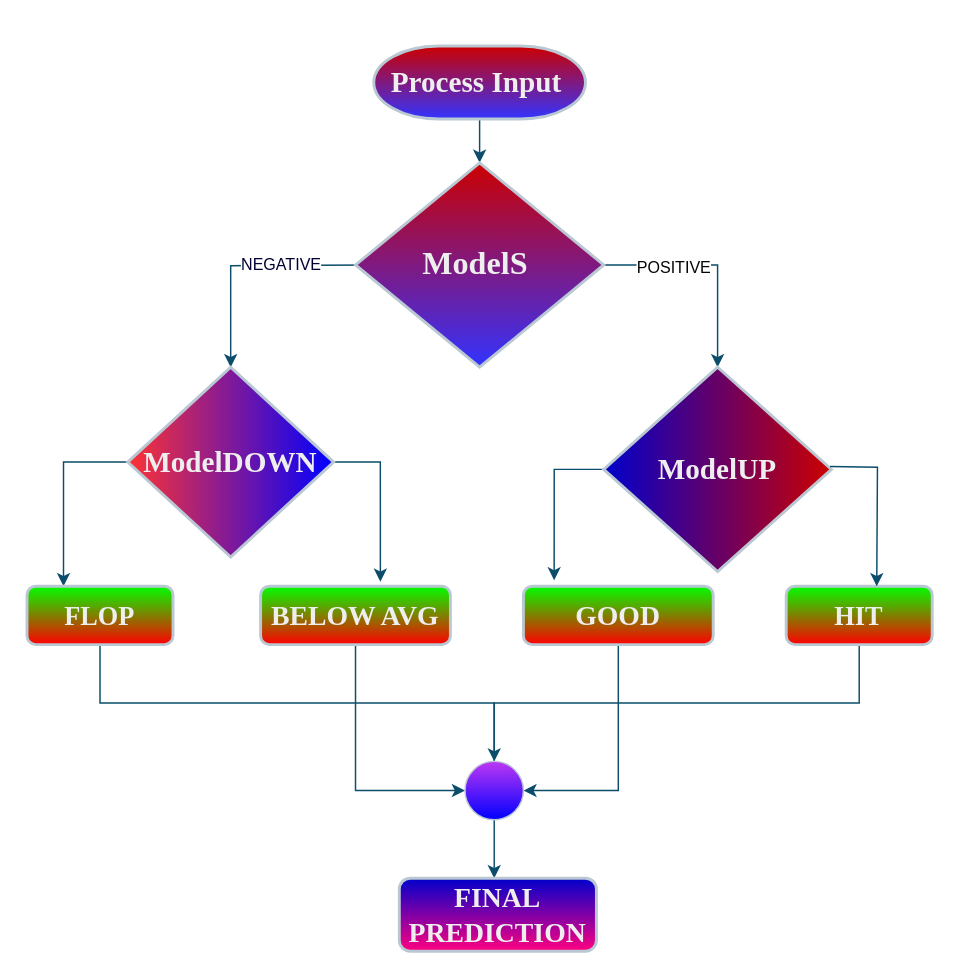
This is algo.drawio from oitik/drawio, a draw.io file, before an edit. Source tidied: cells renumbered, new cells numbered last; positions are measured from the earlier drawing's top-left corner, leaving out a move shared by most shapes. Both pictures are drawn from the tidied source at 146%, with x=0, y=0 at pixel (26, 45).
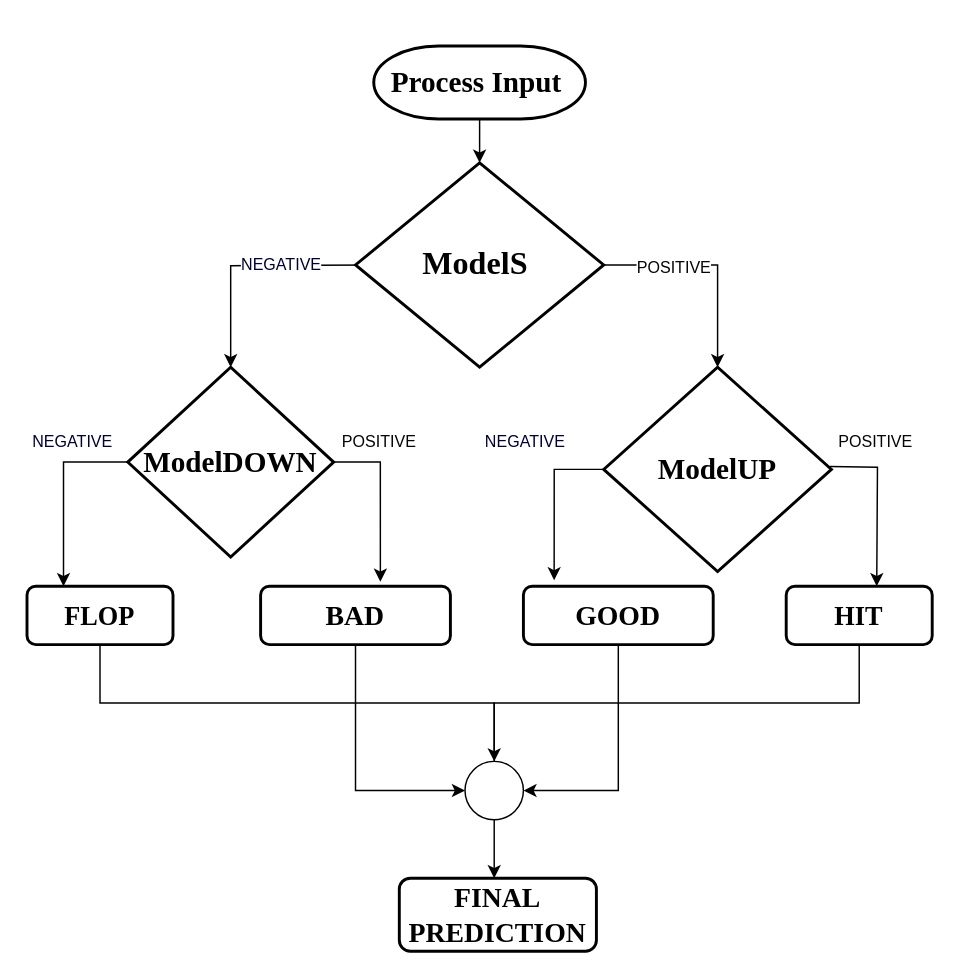
The same page after the edit.

The edit, as a diff of the source:
```diff
@@
-<mxGraphModel>
+<mxGraphModel background="#ffffff">
@@
-    <mxCell id="2" style="edgeStyle=orthogonalEdgeStyle;rounded=0;hachureGap=4;jettySize=auto;html=1;fontFamily=Architects Daughter;fontSize=16;labelBackgroundColor=none;strokeColor=#0B4D6A;fontColor=default;" parent="1" edge="1" source="3" target="8">
+    <mxCell id="2" style="edgeStyle=orthogonalEdgeStyle;rounded=0;hachureGap=4;jettySize=auto;html=1;fontFamily=Architects Daughter;fontSize=16;labelBackgroundColor=none;fontColor=default;" parent="1" edge="1" source="3" target="8">
       <mxGeometry relative="1" as="geometry" />
     </mxCell>
-    <mxCell id="3" value="&lt;h4&gt;&lt;font style=&quot;font-size: 20px;&quot; face=&quot;Times New Roman&quot;&gt;Process Input&amp;nbsp;&lt;/font&gt;&lt;/h4&gt;" style="strokeWidth=2;html=1;shape=mxgraph.flowchart.terminator;whiteSpace=wrap;rounded=0;hachureGap=4;fontFamily=Architects Daughter;fontSize=20;labelBackgroundColor=none;fillColor=#3333FF;strokeColor=#BAC8D3;fontColor=#EEEEEE;gradientColor=#CC0000;gradientDirection=north;" parent="1" vertex="1">
+    <mxCell id="3" value="&lt;h4&gt;&lt;font style=&quot;font-size: 20px;&quot; face=&quot;Times New Roman&quot;&gt;Process Input&amp;nbsp;&lt;/font&gt;&lt;/h4&gt;" style="strokeWidth=2;html=1;shape=mxgraph.flowchart.terminator;whiteSpace=wrap;rounded=0;hachureGap=4;fontFamily=Architects Daughter;fontSize=20;labelBackgroundColor=none;gradientDirection=north;" parent="1" vertex="1">
       <mxGeometry x="237.5" width="145" height="50" as="geometry" />
     </mxCell>
-    <mxCell id="4" style="edgeStyle=orthogonalEdgeStyle;rounded=0;hachureGap=4;jettySize=auto;html=1;fontFamily=Architects Daughter;fontSize=16;labelBackgroundColor=none;strokeColor=#0B4D6A;fontColor=default;" parent="1" edge="1" source="8" target="10">
+    <mxCell id="4" style="edgeStyle=orthogonalEdgeStyle;rounded=0;hachureGap=4;jettySize=auto;html=1;fontFamily=Architects Daughter;fontSize=16;labelBackgroundColor=none;fontColor=default;" parent="1" edge="1" source="8" target="10">
       <mxGeometry relative="1" as="geometry">
         <Array as="points">
           <mxPoint x="473" y="150" />
         </Array>
       </mxGeometry>
     </mxCell>
@@
-    <mxCell id="6" style="edgeStyle=orthogonalEdgeStyle;rounded=0;hachureGap=4;jettySize=auto;html=1;fontFamily=Architects Daughter;fontSize=16;labelBackgroundColor=none;strokeColor=#0B4D6A;fontColor=default;" parent="1" edge="1" target="13">
+    <mxCell id="6" style="edgeStyle=orthogonalEdgeStyle;rounded=0;hachureGap=4;jettySize=auto;html=1;fontFamily=Architects Daughter;fontSize=16;labelBackgroundColor=none;fontColor=default;" parent="1" edge="1" target="13">
       <mxGeometry relative="1" as="geometry">
         <mxPoint x="237.5" y="150" as="sourcePoint" />
       </mxGeometry>
     </mxCell>
@@
-    <mxCell id="8" value="&lt;pre&gt;&lt;font size=&quot;1&quot; face=&quot;Times New Roman&quot;&gt;&lt;b style=&quot;font-size: 22px;&quot;&gt;ModelS &lt;/b&gt;&lt;/font&gt;&lt;/pre&gt;" style="rhombus;whiteSpace=wrap;html=1;fontSize=20;fontFamily=Architects Daughter;strokeWidth=2;rounded=0;hachureGap=4;labelBackgroundColor=none;fillColor=#3333FF;strokeColor=#BAC8D3;fontColor=#EEEEEE;gradientColor=#CC0000;gradientDirection=north;" parent="1" vertex="1">
+    <mxCell id="8" value="&lt;pre&gt;&lt;font size=&quot;1&quot; face=&quot;Times New Roman&quot;&gt;&lt;b style=&quot;font-size: 22px;&quot;&gt;ModelS &lt;/b&gt;&lt;/font&gt;&lt;/pre&gt;" style="rhombus;whiteSpace=wrap;html=1;fontSize=20;fontFamily=Architects Daughter;strokeWidth=2;rounded=0;hachureGap=4;labelBackgroundColor=none;gradientDirection=north;" parent="1" vertex="1">
       <mxGeometry x="225" y="80" width="170" height="140" as="geometry" />
     </mxCell>
-    <mxCell id="9" style="edgeStyle=orthogonalEdgeStyle;rounded=0;jettySize=auto;html=1;exitX=0.5;exitY=1;exitDx=0;exitDy=0;entryX=0.162;entryY=-0.1;entryDx=0;entryDy=0;entryPerimeter=0;labelBackgroundColor=none;strokeColor=#0B4D6A;fontColor=default;" parent="1" edge="1" source="10" target="19">
+    <mxCell id="9" style="edgeStyle=orthogonalEdgeStyle;rounded=0;jettySize=auto;html=1;exitX=0.5;exitY=1;exitDx=0;exitDy=0;entryX=0.162;entryY=-0.1;entryDx=0;entryDy=0;entryPerimeter=0;labelBackgroundColor=none;fontColor=default;" parent="1" edge="1" source="10" target="19">
       <mxGeometry relative="1" as="geometry" />
     </mxCell>
-    <mxCell id="10" value="&lt;pre&gt;&lt;font size=&quot;1&quot; face=&quot;Times New Roman&quot;&gt;&lt;b style=&quot;font-size: 20px;&quot;&gt;ModelUP&lt;/b&gt;&lt;/font&gt;&lt;/pre&gt;" style="rhombus;whiteSpace=wrap;html=1;fontSize=20;fontFamily=Architects Daughter;strokeWidth=2;rounded=0;hachureGap=4;direction=south;labelBackgroundColor=none;fillColor=#CC0000;strokeColor=#BAC8D3;fontColor=#EEEEEE;gradientColor=#0000CC;gradientDirection=south;" parent="1" vertex="1">
+    <mxCell id="10" value="&lt;pre&gt;&lt;font size=&quot;1&quot; face=&quot;Times New Roman&quot;&gt;&lt;b style=&quot;font-size: 20px;&quot;&gt;ModelUP&lt;/b&gt;&lt;/font&gt;&lt;/pre&gt;" style="rhombus;whiteSpace=wrap;html=1;fontSize=20;fontFamily=Architects Daughter;strokeWidth=2;rounded=0;hachureGap=4;direction=south;labelBackgroundColor=none;gradientDirection=south;" parent="1" vertex="1">
       <mxGeometry x="395" y="220" width="156" height="140" as="geometry" />
     </mxCell>
-    <mxCell id="11" style="edgeStyle=orthogonalEdgeStyle;rounded=0;jettySize=auto;html=1;exitX=0.5;exitY=0;exitDx=0;exitDy=0;entryX=0.631;entryY=-0.075;entryDx=0;entryDy=0;entryPerimeter=0;labelBackgroundColor=none;strokeColor=#0B4D6A;fontColor=default;" parent="1" edge="1" source="13" target="17">
+    <mxCell id="11" style="edgeStyle=orthogonalEdgeStyle;rounded=0;jettySize=auto;html=1;exitX=0.5;exitY=0;exitDx=0;exitDy=0;entryX=0.631;entryY=-0.075;entryDx=0;entryDy=0;entryPerimeter=0;labelBackgroundColor=none;fontColor=default;" parent="1" edge="1" source="13" target="17">
       <mxGeometry relative="1" as="geometry" />
     </mxCell>
-    <mxCell id="12" style="edgeStyle=orthogonalEdgeStyle;rounded=0;jettySize=auto;html=1;exitX=0.5;exitY=1;exitDx=0;exitDy=0;entryX=0.25;entryY=0;entryDx=0;entryDy=0;labelBackgroundColor=none;strokeColor=#0B4D6A;fontColor=default;" parent="1" edge="1" source="13" target="15">
+    <mxCell id="12" style="edgeStyle=orthogonalEdgeStyle;rounded=0;jettySize=auto;html=1;exitX=0.5;exitY=1;exitDx=0;exitDy=0;entryX=0.25;entryY=0;entryDx=0;entryDy=0;labelBackgroundColor=none;fontColor=default;" parent="1" edge="1" source="13" target="15">
       <mxGeometry relative="1" as="geometry" />
     </mxCell>
-    <mxCell id="13" value="&lt;pre&gt;&lt;font size=&quot;1&quot; face=&quot;Times New Roman&quot;&gt;&lt;b style=&quot;font-size: 20px;&quot;&gt;ModelDOWN&lt;/b&gt;&lt;/font&gt;&lt;/pre&gt;" style="rhombus;whiteSpace=wrap;html=1;fontSize=20;fontFamily=Architects Daughter;strokeWidth=2;rounded=0;hachureGap=4;direction=south;labelBackgroundColor=none;fillColor=#FF3333;strokeColor=#BAC8D3;fontColor=#EEEEEE;gradientColor=#0000FF;gradientDirection=north;" parent="1" vertex="1">
+    <mxCell id="13" value="&lt;pre&gt;&lt;font size=&quot;1&quot; face=&quot;Times New Roman&quot;&gt;&lt;b style=&quot;font-size: 20px;&quot;&gt;ModelDOWN&lt;/b&gt;&lt;/font&gt;&lt;/pre&gt;" style="rhombus;whiteSpace=wrap;html=1;fontSize=20;fontFamily=Architects Daughter;strokeWidth=2;rounded=0;hachureGap=4;direction=south;labelBackgroundColor=none;gradientDirection=north;" parent="1" vertex="1">
       <mxGeometry x="69" y="220" width="141" height="130" as="geometry" />
     </mxCell>
-    <mxCell id="14" style="edgeStyle=orthogonalEdgeStyle;rounded=0;orthogonalLoop=1;jettySize=auto;html=1;exitX=0.5;exitY=1;exitDx=0;exitDy=0;entryX=0.5;entryY=1;entryDx=0;entryDy=0;labelBackgroundColor=none;strokeColor=#0B4D6A;fontColor=default;" parent="1" edge="1">
+    <mxCell id="14" style="edgeStyle=orthogonalEdgeStyle;rounded=0;orthogonalLoop=1;jettySize=auto;html=1;exitX=0.5;exitY=1;exitDx=0;exitDy=0;entryX=0.5;entryY=1;entryDx=0;entryDy=0;labelBackgroundColor=none;fontColor=default;" parent="1" edge="1">
       <mxGeometry relative="1" as="geometry">
         <mxPoint x="50" y="400" as="sourcePoint" />
         <mxPoint x="320" y="520" as="targetPoint" />
         <Array as="points">
           <mxPoint x="50" y="450" />
           <mxPoint x="320" y="450" />
         </Array>
       </mxGeometry>
     </mxCell>
-    <mxCell id="15" value="&lt;font face=&quot;Times New Roman&quot;&gt;&lt;b style=&quot;font-size: 18px;&quot;&gt;FLOP&lt;/b&gt;&lt;/font&gt;" style="whiteSpace=wrap;html=1;fontSize=20;fontFamily=Architects Daughter;strokeWidth=2;rounded=1;hachureGap=4;labelBackgroundColor=none;fillColor=#FF0000;strokeColor=#BAC8D3;fontColor=#EEEEEE;gradientColor=#00FF00;gradientDirection=north;shadow=0;" parent="1" vertex="1">
+    <mxCell id="15" value="&lt;font face=&quot;Times New Roman&quot;&gt;&lt;b style=&quot;font-size: 18px;&quot;&gt;FLOP&lt;/b&gt;&lt;/font&gt;" style="whiteSpace=wrap;html=1;fontSize=20;fontFamily=Architects Daughter;strokeWidth=2;rounded=1;hachureGap=4;labelBackgroundColor=none;gradientDirection=north;shadow=0;" parent="1" vertex="1">
       <mxGeometry y="370" width="100" height="40" as="geometry" />
     </mxCell>
-    <mxCell id="16" style="edgeStyle=orthogonalEdgeStyle;rounded=0;jettySize=auto;html=1;exitX=0.5;exitY=1;exitDx=0;exitDy=0;entryX=0;entryY=0.5;entryDx=0;entryDy=0;labelBackgroundColor=none;strokeColor=#0B4D6A;fontColor=default;" parent="1" edge="1" source="17" target="24">
+    <mxCell id="16" style="edgeStyle=orthogonalEdgeStyle;rounded=0;jettySize=auto;html=1;exitX=0.5;exitY=1;exitDx=0;exitDy=0;entryX=0;entryY=0.5;entryDx=0;entryDy=0;labelBackgroundColor=none;fontColor=default;" parent="1" edge="1" source="17" target="24">
       <mxGeometry relative="1" as="geometry" />
     </mxCell>
-    <mxCell id="17" value="&lt;font size=&quot;1&quot; face=&quot;Times New Roman&quot;&gt;&lt;b style=&quot;font-size: 19px;&quot;&gt;BELOW AVG&lt;/b&gt;&lt;/font&gt;" style="whiteSpace=wrap;html=1;fontSize=20;fontFamily=Architects Daughter;strokeWidth=2;rounded=1;hachureGap=4;labelBackgroundColor=none;fillColor=#FF0000;strokeColor=#BAC8D3;fontColor=#EEEEEE;gradientColor=#00FF00;gradientDirection=north;shadow=0;" parent="1" vertex="1">
+    <mxCell id="17" value="&lt;font size=&quot;1&quot; face=&quot;Times New Roman&quot;&gt;&lt;b style=&quot;font-size: 19px;&quot;&gt;BAD&lt;/b&gt;&lt;/font&gt;" style="whiteSpace=wrap;html=1;fontSize=20;fontFamily=Architects Daughter;strokeWidth=2;rounded=1;hachureGap=4;labelBackgroundColor=none;gradientDirection=north;shadow=0;" parent="1" vertex="1">
       <mxGeometry x="160" y="370" width="130" height="40" as="geometry" />
     </mxCell>
-    <mxCell id="18" style="edgeStyle=orthogonalEdgeStyle;rounded=0;jettySize=auto;html=1;exitX=0.5;exitY=1;exitDx=0;exitDy=0;entryX=1;entryY=0.5;entryDx=0;entryDy=0;labelBackgroundColor=none;strokeColor=#0B4D6A;fontColor=default;" parent="1" edge="1" source="19" target="24">
+    <mxCell id="18" style="edgeStyle=orthogonalEdgeStyle;rounded=0;jettySize=auto;html=1;exitX=0.5;exitY=1;exitDx=0;exitDy=0;entryX=1;entryY=0.5;entryDx=0;entryDy=0;labelBackgroundColor=none;fontColor=default;" parent="1" edge="1" source="19" target="24">
       <mxGeometry relative="1" as="geometry" />
     </mxCell>
-    <mxCell id="19" value="&lt;font size=&quot;1&quot; face=&quot;Times New Roman&quot;&gt;&lt;b style=&quot;font-size: 19px;&quot;&gt;GOOD&lt;/b&gt;&lt;/font&gt;" style="whiteSpace=wrap;html=1;fontSize=20;fontFamily=Architects Daughter;strokeWidth=2;rounded=1;hachureGap=4;labelBackgroundColor=none;fillColor=#FF0000;strokeColor=#BAC8D3;fontColor=#EEEEEE;gradientColor=#00FF00;gradientDirection=north;shadow=0;" parent="1" vertex="1">
+    <mxCell id="19" value="&lt;font size=&quot;1&quot; face=&quot;Times New Roman&quot;&gt;&lt;b style=&quot;font-size: 19px;&quot;&gt;GOOD&lt;/b&gt;&lt;/font&gt;" style="whiteSpace=wrap;html=1;fontSize=20;fontFamily=Architects Daughter;strokeWidth=2;rounded=1;hachureGap=4;labelBackgroundColor=none;gradientDirection=north;shadow=0;" parent="1" vertex="1">
       <mxGeometry x="340" y="370" width="130" height="40" as="geometry" />
     </mxCell>
-    <mxCell id="20" style="edgeStyle=orthogonalEdgeStyle;rounded=0;jettySize=auto;html=1;exitX=0.5;exitY=1;exitDx=0;exitDy=0;labelBackgroundColor=none;strokeColor=#0B4D6A;fontColor=default;" parent="1" edge="1" source="21" target="24">
+    <mxCell id="20" style="edgeStyle=orthogonalEdgeStyle;rounded=0;jettySize=auto;html=1;exitX=0.5;exitY=1;exitDx=0;exitDy=0;labelBackgroundColor=none;fontColor=default;" parent="1" edge="1" source="21" target="24">
       <mxGeometry relative="1" as="geometry" />
     </mxCell>
-    <mxCell id="21" value="&lt;font face=&quot;Times New Roman&quot;&gt;&lt;b style=&quot;font-size: 18px;&quot;&gt;HIT&lt;/b&gt;&lt;/font&gt;" style="whiteSpace=wrap;html=1;fontSize=20;fontFamily=Architects Daughter;strokeWidth=2;rounded=1;hachureGap=4;labelBackgroundColor=none;fillColor=#FF0000;strokeColor=#BAC8D3;fontColor=#EEEEEE;gradientColor=#00FF00;gradientDirection=north;shadow=0;glass=0;" parent="1" vertex="1">
+    <mxCell id="21" value="&lt;font face=&quot;Times New Roman&quot;&gt;&lt;b style=&quot;font-size: 18px;&quot;&gt;HIT&lt;/b&gt;&lt;/font&gt;" style="whiteSpace=wrap;html=1;fontSize=20;fontFamily=Architects Daughter;strokeWidth=2;rounded=1;hachureGap=4;labelBackgroundColor=none;gradientDirection=north;shadow=0;glass=0;" parent="1" vertex="1">
       <mxGeometry x="520" y="370" width="100" height="40" as="geometry" />
     </mxCell>
-    <mxCell id="22" style="edgeStyle=orthogonalEdgeStyle;rounded=0;orthogonalLoop=1;jettySize=auto;html=1;exitX=0.5;exitY=0;exitDx=0;exitDy=0;entryX=0.631;entryY=-0.075;entryDx=0;entryDy=0;entryPerimeter=0;labelBackgroundColor=none;strokeColor=#0B4D6A;fontColor=default;" parent="1" edge="1">
+    <mxCell id="22" style="edgeStyle=orthogonalEdgeStyle;rounded=0;orthogonalLoop=1;jettySize=auto;html=1;exitX=0.5;exitY=0;exitDx=0;exitDy=0;entryX=0.631;entryY=-0.075;entryDx=0;entryDy=0;entryPerimeter=0;labelBackgroundColor=none;fontColor=default;" parent="1" edge="1">
       <mxGeometry relative="1" as="geometry">
         <mxPoint x="550" y="288" as="sourcePoint" />
         <mxPoint x="582" y="370" as="targetPoint" />
       </mxGeometry>
     </mxCell>
-    <mxCell id="23" style="edgeStyle=orthogonalEdgeStyle;rounded=0;jettySize=auto;html=1;labelBackgroundColor=none;strokeColor=#0B4D6A;fontColor=default;" parent="1" edge="1" source="24">
+    <mxCell id="23" style="edgeStyle=orthogonalEdgeStyle;rounded=0;jettySize=auto;html=1;labelBackgroundColor=none;fontColor=default;" parent="1" edge="1" source="24">
       <mxGeometry relative="1" as="geometry">
         <mxPoint x="320" y="570" as="targetPoint" />
       </mxGeometry>
     </mxCell>
-    <mxCell id="24" style="ellipse;whiteSpace=wrap;html=1;labelBackgroundColor=none;fillColor=#0000FF;strokeColor=#BAC8D3;fontColor=#EEEEEE;rounded=0;gradientColor=#be38f3;gradientDirection=north;" parent="1" vertex="1">
+    <mxCell id="24" style="ellipse;whiteSpace=wrap;html=1;labelBackgroundColor=none;rounded=0;gradientDirection=north;" parent="1" vertex="1">
       <mxGeometry x="300" y="490" width="40" height="40" as="geometry" />
     </mxCell>
-    <mxCell id="25" value="&lt;font size=&quot;1&quot; face=&quot;Times New Roman&quot;&gt;&lt;b style=&quot;font-size: 19px;&quot;&gt;FINAL PREDICTION&lt;/b&gt;&lt;/font&gt;" style="whiteSpace=wrap;html=1;fontSize=20;fontFamily=Architects Daughter;strokeWidth=2;rounded=1;hachureGap=4;labelBackgroundColor=none;fillColor=#FF0080;strokeColor=#BAC8D3;fontColor=#EEEEEE;gradientColor=#0000CC;gradientDirection=north;" parent="1" vertex="1">
+    <mxCell id="25" value="&lt;font size=&quot;1&quot; face=&quot;Times New Roman&quot;&gt;&lt;b style=&quot;font-size: 19px;&quot;&gt;FINAL PREDICTION&lt;/b&gt;&lt;/font&gt;" style="whiteSpace=wrap;html=1;fontSize=20;fontFamily=Architects Daughter;strokeWidth=2;rounded=1;hachureGap=4;labelBackgroundColor=none;gradientDirection=north;" parent="1" vertex="1">
       <mxGeometry x="255" y="570" width="135" height="50" as="geometry" />
     </mxCell>
+    <mxCell id="26" value="POSITIVE" style="edgeLabel;html=1;align=center;verticalAlign=middle;labelBackgroundColor=default;fontColor=#050505;rounded=0;labelBorderColor=none;" parent="1" vertex="1">
+      <mxGeometry x="580" y="270" as="geometry" />
+    </mxCell>
+    <mxCell id="27" value="NEGATIVE" style="edgeLabel;html=1;align=center;verticalAlign=middle;labelBackgroundColor=default;fontColor=#000033;rounded=0;" parent="1" vertex="1">
+      <mxGeometry x="340" y="270" as="geometry" />
+    </mxCell>
+    <mxCell id="28" value="POSITIVE" style="edgeLabel;html=1;align=center;verticalAlign=middle;labelBackgroundColor=default;fontColor=#050505;rounded=0;labelBorderColor=none;" parent="1" vertex="1">
+      <mxGeometry x="240" y="270" as="geometry" />
+    </mxCell>
+    <mxCell id="29" value="NEGATIVE" style="edgeLabel;html=1;align=center;verticalAlign=middle;labelBackgroundColor=default;fontColor=#000033;rounded=0;" parent="1" vertex="1">
+      <mxGeometry x="30" y="270" as="geometry" />
+    </mxCell>
```
